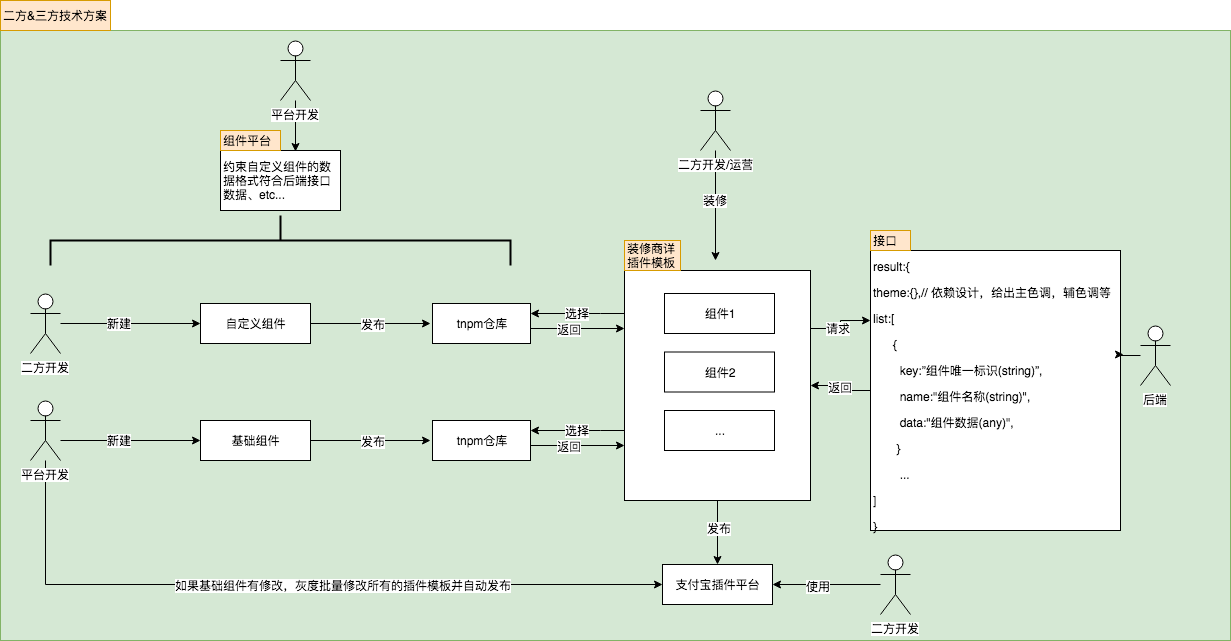
The draw.io diagram 商品详情小程序二方&三方技术方案.png in yejiaming/PFD, before a commit. Source tidied: cells renumbered, new cells last; positions are measured from the earlier drawing's top-left corner, leaving out a move shared by most shapes. The source it was exported from:
```xml
<mxGraphModel>
  <root>
    <mxCell id="0" />
    <mxCell id="1" parent="0" />
    <mxCell id="2" style="rounded=0;whiteSpace=wrap;html=1;align=left;fillColor=#d5e8d4;strokeColor=#82b366;" parent="1" vertex="1">
      <mxGeometry y="30" width="1230" height="610" as="geometry" />
    </mxCell>
    <mxCell id="3" style="edgeStyle=orthogonalEdgeStyle;rounded=0;jettySize=auto;html=1;" parent="1" edge="1" source="5">
      <mxGeometry relative="1" as="geometry">
        <mxPoint x="430" y="323" as="targetPoint" />
      </mxGeometry>
    </mxCell>
    <mxCell id="4" value="发布" style="text;html=1;align=center;verticalAlign=middle;labelBackgroundColor=#ffffff;" parent="3" vertex="1">
      <mxGeometry x="0.03" relative="1" as="geometry" />
    </mxCell>
    <mxCell id="5" value="自定义组件" style="rounded=0;whiteSpace=wrap;html=1;" parent="1" vertex="1">
      <mxGeometry x="200" y="303" width="110" height="40" as="geometry" />
    </mxCell>
    <mxCell id="6" style="edgeStyle=orthogonalEdgeStyle;rounded=0;jettySize=auto;html=1;" parent="1" edge="1" source="8">
      <mxGeometry relative="1" as="geometry">
        <mxPoint x="200" y="323" as="targetPoint" />
      </mxGeometry>
    </mxCell>
    <mxCell id="7" value="新建" style="text;html=1;align=center;verticalAlign=middle;labelBackgroundColor=#ffffff;" parent="6" vertex="1">
      <mxGeometry x="-0.18" y="1" relative="1" as="geometry" />
    </mxCell>
    <mxCell id="8" value="二方开发" style="shape=umlActor;verticalLabelPosition=bottom;labelBackgroundColor=#ffffff;verticalAlign=top;html=1;outlineConnect=0;" parent="1" vertex="1">
      <mxGeometry x="30" y="293" width="30" height="60" as="geometry" />
    </mxCell>
    <mxCell id="9" style="edgeStyle=orthogonalEdgeStyle;rounded=0;jettySize=auto;html=1;" parent="1" edge="1" source="11">
      <mxGeometry relative="1" as="geometry">
        <mxPoint x="715" y="260" as="targetPoint" />
      </mxGeometry>
    </mxCell>
    <mxCell id="10" value="装修" style="text;html=1;align=center;verticalAlign=middle;labelBackgroundColor=#ffffff;" parent="9" vertex="1">
      <mxGeometry x="-0.11" y="-1" relative="1" as="geometry" />
    </mxCell>
    <mxCell id="11" value="二方开发/运营" style="shape=umlActor;verticalLabelPosition=bottom;labelBackgroundColor=#ffffff;verticalAlign=top;html=1;outlineConnect=0;" parent="1" vertex="1">
      <mxGeometry x="700" y="90" width="30" height="60" as="geometry" />
    </mxCell>
    <mxCell id="12" style="edgeStyle=orthogonalEdgeStyle;rounded=0;jettySize=auto;html=1;entryX=0;entryY=0.25;entryDx=0;entryDy=0;" parent="1" edge="1" source="14" target="20">
      <mxGeometry relative="1" as="geometry">
        <Array as="points">
          <mxPoint x="560" y="328" />
          <mxPoint x="560" y="328" />
        </Array>
      </mxGeometry>
    </mxCell>
    <mxCell id="13" value="返回" style="text;html=1;align=center;verticalAlign=middle;labelBackgroundColor=#ffffff;" parent="12" vertex="1">
      <mxGeometry x="-0.19" relative="1" as="geometry" />
    </mxCell>
    <mxCell id="14" value="tnpm仓库" style="rounded=0;whiteSpace=wrap;html=1;" parent="1" vertex="1">
      <mxGeometry x="432" y="303" width="98" height="40" as="geometry" />
    </mxCell>
    <mxCell id="15" style="edgeStyle=orthogonalEdgeStyle;rounded=0;jettySize=auto;html=1;exitX=0.5;exitY=1;exitDx=0;exitDy=0;entryX=0.5;entryY=0;entryDx=0;entryDy=0;" parent="1" edge="1" source="20" target="21">
      <mxGeometry relative="1" as="geometry" />
    </mxCell>
    <mxCell id="16" value="发布" style="text;html=1;align=center;verticalAlign=middle;labelBackgroundColor=#ffffff;" parent="15" vertex="1">
      <mxGeometry x="-0.15" y="1" relative="1" as="geometry" />
    </mxCell>
    <mxCell id="17" value="选择" style="edgeStyle=orthogonalEdgeStyle;rounded=0;jettySize=auto;html=1;entryX=1;entryY=0.25;entryDx=0;entryDy=0;" parent="1" edge="1" source="20" target="14">
      <mxGeometry relative="1" as="geometry">
        <Array as="points">
          <mxPoint x="600" y="313" />
          <mxPoint x="600" y="313" />
        </Array>
      </mxGeometry>
    </mxCell>
    <mxCell id="18" style="edgeStyle=orthogonalEdgeStyle;rounded=0;jettySize=auto;html=1;exitX=1;exitY=0.25;exitDx=0;exitDy=0;entryX=0;entryY=0.25;entryDx=0;entryDy=0;" parent="1" edge="1" source="20" target="28">
      <mxGeometry relative="1" as="geometry" />
    </mxCell>
    <mxCell id="19" value="请求" style="text;html=1;align=center;verticalAlign=middle;labelBackgroundColor=#ffffff;" parent="18" vertex="1">
      <mxGeometry x="-0.2" y="1" relative="1" as="geometry" />
    </mxCell>
    <mxCell id="20" style="rounded=0;whiteSpace=wrap;html=1;" parent="1" vertex="1">
      <mxGeometry x="624" y="270" width="186" height="230" as="geometry" />
    </mxCell>
    <mxCell id="21" value="支付宝插件平台" style="rounded=0;whiteSpace=wrap;html=1;" parent="1" vertex="1">
      <mxGeometry x="662" y="564" width="110" height="40" as="geometry" />
    </mxCell>
    <mxCell id="22" value="&lt;span&gt;装修商详&lt;br&gt;插件模板&lt;/span&gt;" style="rounded=0;whiteSpace=wrap;html=1;align=left;fillColor=#ffe6cc;strokeColor=#d79b00;" parent="1" vertex="1">
      <mxGeometry x="624" y="240" width="56" height="30" as="geometry" />
    </mxCell>
    <mxCell id="23" value="组件1" style="rounded=0;whiteSpace=wrap;html=1;" parent="1" vertex="1">
      <mxGeometry x="664" y="293" width="110" height="40" as="geometry" />
    </mxCell>
    <mxCell id="24" value="组件2" style="rounded=0;whiteSpace=wrap;html=1;" parent="1" vertex="1">
      <mxGeometry x="664" y="351.5" width="110" height="40" as="geometry" />
    </mxCell>
    <mxCell id="25" value="..." style="rounded=0;whiteSpace=wrap;html=1;" parent="1" vertex="1">
      <mxGeometry x="664" y="410" width="110" height="40" as="geometry" />
    </mxCell>
    <mxCell id="26" value="二方&amp;amp;三方技术方案" style="rounded=0;whiteSpace=wrap;html=1;align=left;fillColor=#ffe6cc;strokeColor=#d79b00;" parent="1" vertex="1">
      <mxGeometry width="110" height="30" as="geometry" />
    </mxCell>
    <mxCell id="27" value="返回" style="edgeStyle=orthogonalEdgeStyle;rounded=0;jettySize=auto;html=1;entryX=1;entryY=0.5;entryDx=0;entryDy=0;" parent="1" edge="1" source="28" target="20">
      <mxGeometry relative="1" as="geometry" />
    </mxCell>
    <mxCell id="28" value="&lt;span&gt;&amp;nbsp;&lt;/span&gt;&lt;p&gt;result:{&lt;/p&gt;&lt;p&gt;&lt;span&gt;theme:{},// &lt;/span&gt;&lt;span&gt;依赖设计，给出主色调，辅&lt;/span&gt;色调&lt;span&gt;等&lt;/span&gt;&lt;/p&gt;&lt;p&gt;list:[&lt;/p&gt;&lt;p&gt;&amp;nbsp; &amp;nbsp; &amp;nbsp; {&lt;/p&gt;&lt;p&gt;&lt;span&gt;&amp;nbsp; &amp;nbsp; &amp;nbsp; &amp;nbsp; key:”&lt;/span&gt;&lt;span&gt;组件唯一标识&lt;/span&gt;&lt;span&gt;(string)&lt;/span&gt;”,&lt;/p&gt;&lt;p&gt;&lt;span&gt;&amp;nbsp; &amp;nbsp; &amp;nbsp; &amp;nbsp; name:&quot;&lt;/span&gt;&lt;span&gt;组件名称&lt;/span&gt;&lt;span&gt;(string)&quot;,&lt;/span&gt;&lt;/p&gt;&lt;p&gt;&lt;span&gt;&amp;nbsp; &amp;nbsp; &amp;nbsp; &amp;nbsp; data:&quot;&lt;/span&gt;&lt;span&gt;组件数据&lt;/span&gt;&lt;span&gt;(any)&quot;,&lt;/span&gt;&lt;/p&gt;&lt;p&gt;&amp;nbsp; &amp;nbsp; &amp;nbsp; &amp;nbsp;}&lt;/p&gt;&lt;p&gt;&amp;nbsp; &amp;nbsp; &amp;nbsp; &amp;nbsp; ...&amp;nbsp;&lt;/p&gt;&lt;p&gt;]&lt;/p&gt;&lt;p&gt;}&lt;/p&gt;" style="rounded=0;html=1;align=left;whiteSpace=wrap;verticalAlign=middle;spacing=2;spacingTop=-2;" parent="1" vertex="1">
      <mxGeometry x="870" y="250" width="250" height="280" as="geometry" />
    </mxCell>
    <mxCell id="29" value="接口" style="rounded=0;whiteSpace=wrap;html=1;align=left;fillColor=#ffe6cc;strokeColor=#d79b00;" parent="1" vertex="1">
      <mxGeometry x="870" y="230" width="40" height="20" as="geometry" />
    </mxCell>
    <mxCell id="30" style="edgeStyle=orthogonalEdgeStyle;rounded=0;jettySize=auto;html=1;entryX=1.011;entryY=0.37;entryDx=0;entryDy=0;entryPerimeter=0;" parent="1" edge="1" source="31" target="28">
      <mxGeometry relative="1" as="geometry" />
    </mxCell>
    <mxCell id="31" value="后端" style="shape=umlActor;verticalLabelPosition=bottom;labelBackgroundColor=#ffffff;verticalAlign=top;html=1;outlineConnect=0;" parent="1" vertex="1">
      <mxGeometry x="1140" y="325" width="30" height="60" as="geometry" />
    </mxCell>
    <mxCell id="32" style="strokeWidth=2;html=1;shape=mxgraph.flowchart.annotation_2;align=left;rotation=90;" parent="1" vertex="1">
      <mxGeometry x="255" y="10" width="50" height="460" as="geometry" />
    </mxCell>
    <mxCell id="33" value="约束自定义组件的数据格式符合后端接口数据、etc..." style="rounded=0;whiteSpace=wrap;html=1;align=left;" parent="1" vertex="1">
      <mxGeometry x="220" y="150" width="120" height="60" as="geometry" />
    </mxCell>
    <mxCell id="34" value="组件平台" style="rounded=0;whiteSpace=wrap;html=1;align=left;fillColor=#ffe6cc;strokeColor=#d79b00;" parent="1" vertex="1">
      <mxGeometry x="220" y="130" width="60" height="20" as="geometry" />
    </mxCell>
    <mxCell id="35" style="edgeStyle=orthogonalEdgeStyle;rounded=0;jettySize=auto;html=1;" parent="1" edge="1" source="37" target="21">
      <mxGeometry relative="1" as="geometry" />
    </mxCell>
    <mxCell id="36" value="使用" style="text;html=1;align=center;verticalAlign=middle;labelBackgroundColor=#ffffff;" parent="35" vertex="1">
      <mxGeometry x="0.16" y="1" relative="1" as="geometry" />
    </mxCell>
    <mxCell id="37" value="二方开发" style="shape=umlActor;verticalLabelPosition=bottom;labelBackgroundColor=#ffffff;verticalAlign=top;html=1;outlineConnect=0;" parent="1" vertex="1">
      <mxGeometry x="880" y="554" width="30" height="60" as="geometry" />
    </mxCell>
    <mxCell id="38" style="edgeStyle=orthogonalEdgeStyle;rounded=0;jettySize=auto;html=1;entryX=0.625;entryY=0.017;entryDx=0;entryDy=0;entryPerimeter=0;" parent="1" edge="1" source="39" target="33">
      <mxGeometry relative="1" as="geometry" />
    </mxCell>
    <mxCell id="39" value="平台开发" style="shape=umlActor;verticalLabelPosition=bottom;labelBackgroundColor=#ffffff;verticalAlign=top;html=1;outlineConnect=0;" parent="1" vertex="1">
      <mxGeometry x="280" y="40" width="30" height="60" as="geometry" />
    </mxCell>
    <mxCell id="40" style="edgeStyle=orthogonalEdgeStyle;rounded=0;jettySize=auto;html=1;entryX=0;entryY=0.5;entryDx=0;entryDy=0;" parent="1" edge="1" source="42" target="21">
      <mxGeometry relative="1" as="geometry">
        <Array as="points">
          <mxPoint x="45" y="584" />
        </Array>
      </mxGeometry>
    </mxCell>
    <mxCell id="41" value="如果基础组件有修改，灰度批量修改所有的插件模板并自动发布" style="text;html=1;align=center;verticalAlign=middle;labelBackgroundColor=#ffffff;" parent="40" vertex="1">
      <mxGeometry x="0.14" relative="1" as="geometry" />
    </mxCell>
    <mxCell id="42" value="平台开发" style="shape=umlActor;verticalLabelPosition=bottom;labelBackgroundColor=#ffffff;verticalAlign=top;html=1;outlineConnect=0;" parent="1" vertex="1">
      <mxGeometry x="30" y="400" width="30" height="60" as="geometry" />
    </mxCell>
    <mxCell id="43" value="基础组件" style="rounded=0;whiteSpace=wrap;html=1;" parent="1" vertex="1">
      <mxGeometry x="200" y="420" width="110" height="40" as="geometry" />
    </mxCell>
    <mxCell id="44" style="edgeStyle=orthogonalEdgeStyle;rounded=0;orthogonalLoop=1;jettySize=auto;html=1;" parent="1" edge="1">
      <mxGeometry relative="1" as="geometry">
        <mxPoint x="60" y="440" as="sourcePoint" />
        <mxPoint x="200" y="440" as="targetPoint" />
      </mxGeometry>
    </mxCell>
    <mxCell id="45" value="新建" style="text;html=1;align=center;verticalAlign=middle;labelBackgroundColor=#ffffff;" parent="44" vertex="1">
      <mxGeometry x="-0.18" y="1" relative="1" as="geometry" />
    </mxCell>
    <mxCell id="46" style="edgeStyle=orthogonalEdgeStyle;rounded=0;orthogonalLoop=1;jettySize=auto;html=1;" parent="1" edge="1">
      <mxGeometry relative="1" as="geometry">
        <mxPoint x="310" y="440" as="sourcePoint" />
        <mxPoint x="430" y="440" as="targetPoint" />
      </mxGeometry>
    </mxCell>
    <mxCell id="47" value="发布" style="text;html=1;align=center;verticalAlign=middle;labelBackgroundColor=#ffffff;" parent="46" vertex="1">
      <mxGeometry x="0.03" relative="1" as="geometry" />
    </mxCell>
    <mxCell id="48" style="edgeStyle=orthogonalEdgeStyle;rounded=0;jettySize=auto;html=1;entryX=0;entryY=0.25;entryDx=0;entryDy=0;" parent="1" edge="1" source="50">
      <mxGeometry relative="1" as="geometry">
        <mxPoint x="624" y="445" as="targetPoint" />
        <Array as="points">
          <mxPoint x="560" y="445" />
          <mxPoint x="560" y="445" />
        </Array>
      </mxGeometry>
    </mxCell>
    <mxCell id="49" value="返回" style="text;html=1;align=center;verticalAlign=middle;labelBackgroundColor=#ffffff;" parent="48" vertex="1">
      <mxGeometry x="-0.19" relative="1" as="geometry" />
    </mxCell>
    <mxCell id="50" value="tnpm仓库" style="rounded=0;whiteSpace=wrap;html=1;" parent="1" vertex="1">
      <mxGeometry x="432" y="420" width="98" height="40" as="geometry" />
    </mxCell>
    <mxCell id="51" value="选择" style="edgeStyle=orthogonalEdgeStyle;rounded=0;jettySize=auto;html=1;entryX=1;entryY=0.25;entryDx=0;entryDy=0;" parent="1" edge="1" target="50">
      <mxGeometry relative="1" as="geometry">
        <mxPoint x="624" y="430" as="sourcePoint" />
        <Array as="points">
          <mxPoint x="600" y="430" />
          <mxPoint x="600" y="430" />
        </Array>
      </mxGeometry>
    </mxCell>
  </root>
</mxGraphModel>
```
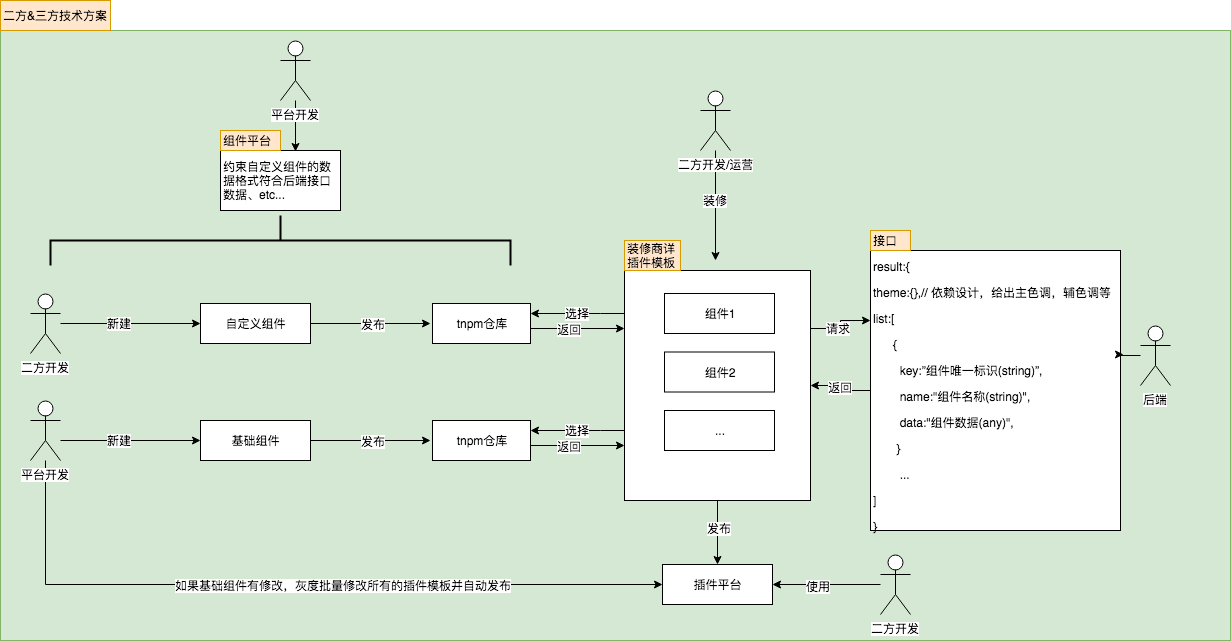
After the change.

Commit message:
更新商品详情小程序二方&三方技术方案.png

Diff of the diagram source:
```diff
@@ -75,7 +75,7 @@
     <mxCell id="20" style="rounded=0;whiteSpace=wrap;html=1;" parent="1" vertex="1">
       <mxGeometry x="624" y="270" width="186" height="230" as="geometry" />
     </mxCell>
-    <mxCell id="21" value="支付宝插件平台" style="rounded=0;whiteSpace=wrap;html=1;" parent="1" vertex="1">
+    <mxCell id="21" value="插件平台" style="rounded=0;whiteSpace=wrap;html=1;" parent="1" vertex="1">
       <mxGeometry x="662" y="564" width="110" height="40" as="geometry" />
     </mxCell>
     <mxCell id="22" value="&lt;span&gt;装修商详&lt;br&gt;插件模板&lt;/span&gt;" style="rounded=0;whiteSpace=wrap;html=1;align=left;fillColor=#ffe6cc;strokeColor=#d79b00;" parent="1" vertex="1">
```
